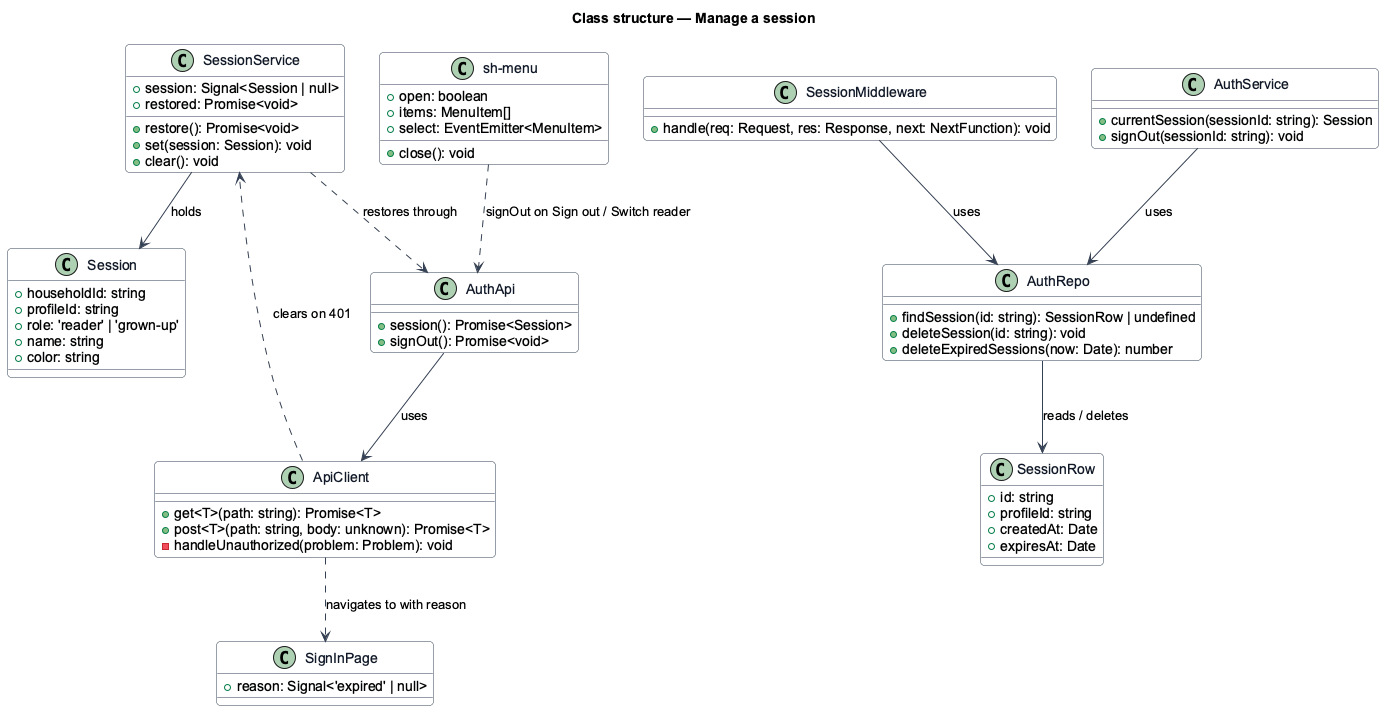
Before: docs/detailed-designs/sign-in/manage-session/diagrams/class-structure.png, a diagram exported from PlantUML (QuinntyneBrown/shelfie). Source of this version:
```plantuml
@startuml
skinparam backgroundColor #FFFFFF
skinparam shadowing false
skinparam roundcorner 8
skinparam defaultFontName Arial
skinparam ArrowColor #344054
skinparam class {
  BorderColor #344054
  FontColor #101828
  BackgroundColor #F9FAFB
}
title Class structure — Manage a session

class SessionService {
  +session: Signal<Session | null>
  +restored: Promise<void>
  +restore(): Promise<void>
  +set(session: Session): void
  +clear(): void
}

class ApiClient {
  +get<T>(path: string): Promise<T>
  +post<T>(path: string, body: unknown): Promise<T>
  -handleUnauthorized(problem: Problem): void
}

class AuthApi {
  +session(): Promise<Session>
  +signOut(): Promise<void>
}

class "sh-menu" as Menu {
  +open: boolean
  +items: MenuItem[]
  +select: EventEmitter<MenuItem>
  +close(): void
}

class SignInPage {
  +reason: Signal<'expired' | null>
}

class Session {
  +householdId: string
  +profileId: string
  +role: 'reader' | 'grown-up'
  +name: string
  +color: string
}

class SessionRow {
  +id: string
  +profileId: string
  +createdAt: Date
  +expiresAt: Date
}

class SessionMiddleware {
  +handle(req: Request, res: Response, next: NextFunction): void
}

class AuthService {
  +currentSession(sessionId: string): Session
  +signOut(sessionId: string): void
}

class AuthRepo {
  +findSession(id: string): SessionRow | undefined
  +deleteSession(id: string): void
  +deleteExpiredSessions(now: Date): number
}

SessionService ..> AuthApi : restores through
AuthApi --> ApiClient : uses
ApiClient ..> SessionService : clears on 401
ApiClient ..> SignInPage : navigates to with reason
Menu ..> AuthApi : signOut on Sign out / Switch reader
SessionService --> Session : holds
SessionMiddleware --> AuthRepo : uses
AuthService --> AuthRepo : uses
AuthRepo --> SessionRow : reads / deletes
@enduml
```
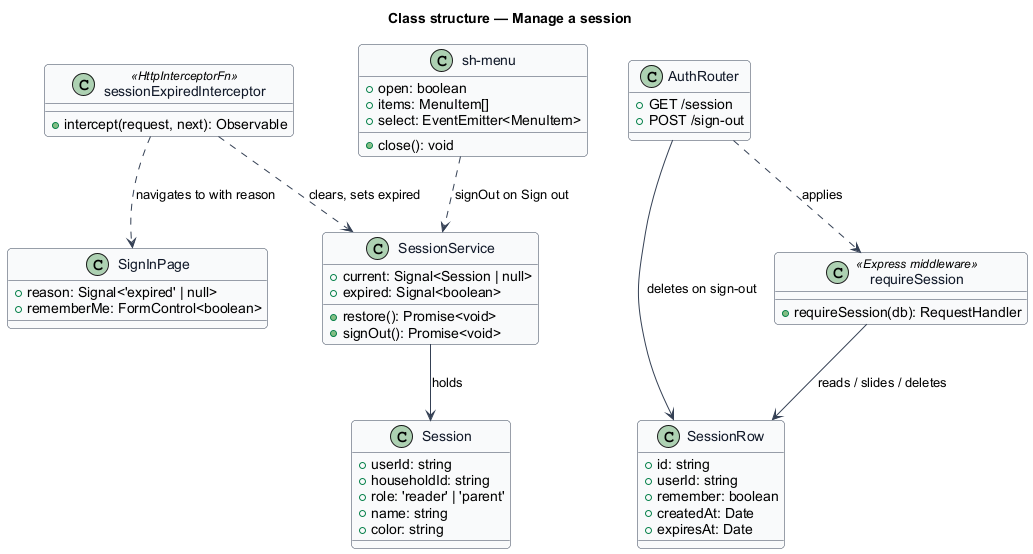
The same file after the commit.

What changed in the source:
```diff
@@ -12,22 +12,14 @@
 title Class structure — Manage a session
 
 class SessionService {
-  +session: Signal<Session | null>
-  +restored: Promise<void>
+  +current: Signal<Session | null>
+  +expired: Signal<boolean>
   +restore(): Promise<void>
-  +set(session: Session): void
-  +clear(): void
+  +signOut(): Promise<void>
 }
 
-class ApiClient {
-  +get<T>(path: string): Promise<T>
-  +post<T>(path: string, body: unknown): Promise<T>
-  -handleUnauthorized(problem: Problem): void
-}
-
-class AuthApi {
-  +session(): Promise<Session>
-  +signOut(): Promise<void>
+class sessionExpiredInterceptor <<HttpInterceptorFn>> {
+  +intercept(request, next): Observable
 }
 
 class "sh-menu" as Menu {
@@ -39,45 +31,39 @@
 
 class SignInPage {
   +reason: Signal<'expired' | null>
+  +rememberMe: FormControl<boolean>
 }
 
 class Session {
+  +userId: string
   +householdId: string
-  +profileId: string
-  +role: 'reader' | 'grown-up'
+  +role: 'reader' | 'parent'
   +name: string
   +color: string
 }
 
 class SessionRow {
   +id: string
-  +profileId: string
+  +userId: string
+  +remember: boolean
   +createdAt: Date
   +expiresAt: Date
 }
 
-class SessionMiddleware {
-  +handle(req: Request, res: Response, next: NextFunction): void
+class requireSession <<Express middleware>> {
+  +requireSession(db): RequestHandler
 }
 
-class AuthService {
-  +currentSession(sessionId: string): Session
-  +signOut(sessionId: string): void
+class AuthRouter {
+  +GET /session
+  +POST /sign-out
 }
 
-class AuthRepo {
-  +findSession(id: string): SessionRow | undefined
-  +deleteSession(id: string): void
-  +deleteExpiredSessions(now: Date): number
-}
-
-SessionService ..> AuthApi : restores through
-AuthApi --> ApiClient : uses
-ApiClient ..> SessionService : clears on 401
-ApiClient ..> SignInPage : navigates to with reason
-Menu ..> AuthApi : signOut on Sign out / Switch reader
 SessionService --> Session : holds
-SessionMiddleware --> AuthRepo : uses
-AuthService --> AuthRepo : uses
-AuthRepo --> SessionRow : reads / deletes
+sessionExpiredInterceptor ..> SessionService : clears, sets expired
+sessionExpiredInterceptor ..> SignInPage : navigates to with reason
+Menu ..> SessionService : signOut on Sign out
+requireSession --> SessionRow : reads / slides / deletes
+AuthRouter ..> requireSession : applies
+AuthRouter --> SessionRow : deletes on sign-out
 @enduml
```
